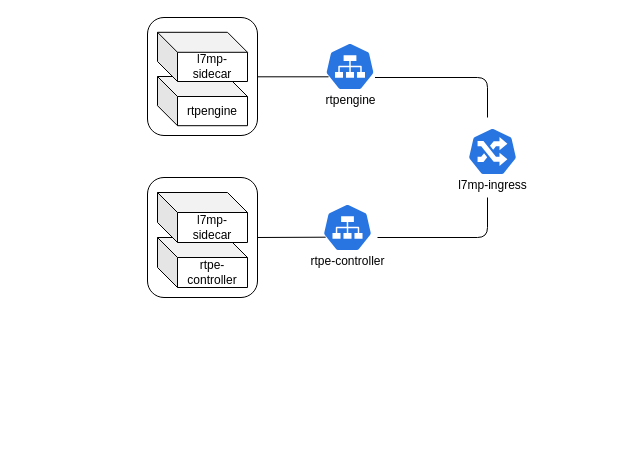
Before: page "l7mp-sep" (3 of 3) of images/figures.drawio in l7mp/l7mp-media-plane-controller, a draw.io diagram. Source tidied: cells renumbered, new cells numbered last; positions are measured from the earlier drawing's top-left corner, leaving out a move shared by most shapes. Both pictures are drawn from the tidied source at 100%, with x=0, y=0 at pixel (147, 17).
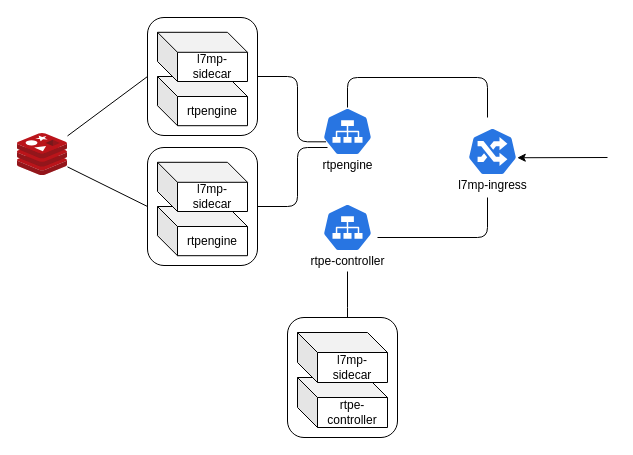
The same page after the edit.

Unchanged cells that the change refers to:
```xml
<mxCell id="3" style="rounded=1;whiteSpace=wrap;html=1;" parent="2" vertex="1">
  <mxGeometry width="110" height="118" as="geometry" />
</mxCell>
<mxCell id="7" style="html=1;dashed=0;whitespace=wrap;fillColor=#2875E2;strokeColor=#ffffff;points=[[0.005,0.63,0],[0.1,0.2,0],[0.9,0.2,0],[0.5,0,0],[0.995,0.63,0],[0.72,0.99,0],[0.5,1,0],[0.28,0.99,0]];shape=mxgraph.kubernetes.icon;prIcon=svc;" parent="6" vertex="1">
  <mxGeometry x="10" width="50" height="48" as="geometry" />
</mxCell>
<mxCell id="10" style="html=1;dashed=0;whitespace=wrap;fillColor=#2875E2;strokeColor=#ffffff;points=[[0.005,0.63,0],[0.1,0.2,0],[0.9,0.2,0],[0.5,0,0],[0.995,0.63,0],[0.72,0.99,0],[0.5,1,0],[0.28,0.99,0]];shape=mxgraph.kubernetes.icon;prIcon=ing;" parent="9" vertex="1">
  <mxGeometry x="15" width="50" height="48" as="geometry" />
</mxCell>
<mxCell id="13" style="rounded=1;whiteSpace=wrap;html=1;" parent="12" vertex="1">
  <mxGeometry width="110" height="120" as="geometry" />
</mxCell>
<mxCell id="18" style="html=1;dashed=0;whitespace=wrap;fillColor=#2875E2;strokeColor=#ffffff;points=[[0.005,0.63,0],[0.1,0.2,0],[0.9,0.2,0],[0.5,0,0],[0.995,0.63,0],[0.72,0.99,0],[0.5,1,0],[0.28,0.99,0]];shape=mxgraph.kubernetes.icon;prIcon=svc;" parent="17" vertex="1">
  <mxGeometry x="15" width="50" height="48" as="geometry" />
</mxCell>
<mxCell id="19" value="rtpe-controller" style="text;html=1;align=center;verticalAlign=middle;points=[];" parent="17" vertex="1">
  <mxGeometry x="-5" y="48" width="90" height="20" as="geometry" />
</mxCell>
```

Change to the diagram source:
```diff
@@
     <mxCell id="6" style="group;" parent="1" vertex="1">
-      <mxGeometry x="167.5" y="25" width="70" height="68" as="geometry" />
+      <mxGeometry x="165" y="90" width="70" height="68" as="geometry" />
     </mxCell>
@@
     <mxCell id="12" style="group;" parent="1" vertex="1">
-      <mxGeometry y="160" width="110" height="120" as="geometry" />
+      <mxGeometry x="140" y="300" width="110" height="120" as="geometry" />
     </mxCell>
@@
     <mxCell id="16" style="endArrow=none;html=1;exitX=1;exitY=0.5;exitDx=0;exitDy=0;edgeStyle=orthogonalEdgeStyle;entryX=0.071;entryY=0.715;entryDx=0;entryDy=0;entryPerimeter=0;" parent="1" edge="1" source="3" target="7">
       <mxGeometry relative="1" as="geometry">
         <Array as="points">
-          <mxPoint x="181" y="59" />
+          <mxPoint x="150" y="59" />
+          <mxPoint x="150" y="124" />
         </Array>
       </mxGeometry>
     </mxCell>
@@
-    <mxCell id="20" style="endArrow=none;html=1;exitX=1;exitY=0.5;exitDx=0;exitDy=0;entryX=0.064;entryY=0.702;entryDx=0;entryDy=0;entryPerimeter=0;" parent="1" edge="1" source="13" target="18">
-      <mxGeometry relative="1" as="geometry" />
-    </mxCell>
@@
+    <mxCell id="23" style="edgeStyle=orthogonalEdgeStyle;rounded=0;jettySize=auto;html=1;endArrow=none;endFill=0;" parent="1" edge="1" source="13" target="19">
+      <mxGeometry relative="1" as="geometry">
+        <Array as="points">
+          <mxPoint x="200" y="290" />
+          <mxPoint x="200" y="290" />
+        </Array>
+      </mxGeometry>
+    </mxCell>
+    <mxCell id="24" style="group;" parent="1" vertex="1">
+      <mxGeometry y="130" width="110" height="118" as="geometry" />
+    </mxCell>
+    <mxCell id="25" style="rounded=1;whiteSpace=wrap;html=1;" parent="24" vertex="1">
+      <mxGeometry width="110" height="118" as="geometry" />
+    </mxCell>
+    <mxCell id="26" value="rtpengine" style="shape=cube;whiteSpace=wrap;html=1;boundedLbl=1;backgroundOutline=1;darkOpacity=0.05;darkOpacity2=0.1;" parent="24" vertex="1">
+      <mxGeometry x="10" y="59" width="90" height="49.2" as="geometry" />
+    </mxCell>
+    <mxCell id="27" value="l7mp-sidecar" style="shape=cube;whiteSpace=wrap;html=1;boundedLbl=1;backgroundOutline=1;darkOpacity=0.05;darkOpacity2=0.1;" parent="24" vertex="1">
+      <mxGeometry x="10" y="14.8" width="90" height="49.2" as="geometry" />
+    </mxCell>
+    <mxCell id="28" style="endArrow=none;html=1;exitX=1;exitY=0.5;exitDx=0;exitDy=0;edgeStyle=orthogonalEdgeStyle;" parent="1" edge="1" source="25">
+      <mxGeometry relative="1" as="geometry">
+        <mxPoint x="180" y="130" as="targetPoint" />
+        <Array as="points">
+          <mxPoint x="150" y="189" />
+          <mxPoint x="150" y="130" />
+        </Array>
+      </mxGeometry>
+    </mxCell>
+    <mxCell id="29" style="html=1;points=[];align=center;image;fontSize=12;image=img/lib/mscae/Cache_Redis_Product.svg;" parent="1" vertex="1">
+      <mxGeometry x="-130" y="116" width="50" height="42" as="geometry" />
+    </mxCell>
+    <mxCell id="30" style="endArrow=none;html=1;entryX=0;entryY=0.5;entryDx=0;entryDy=0;" parent="1" edge="1" source="29" target="3">
+      <mxGeometry relative="1" as="geometry" />
+    </mxCell>
+    <mxCell id="31" style="endArrow=none;html=1;entryX=0;entryY=0.5;entryDx=0;entryDy=0;" parent="1" edge="1" source="29" target="25">
+      <mxGeometry relative="1" as="geometry" />
+    </mxCell>
+    <mxCell id="32" style="endArrow=none;html=1;exitX=0.995;exitY=0.63;exitDx=0;exitDy=0;exitPerimeter=0;endFill=0;startSize=6;startArrow=classic;startFill=1;" parent="1" edge="1" source="10">
+      <mxGeometry relative="1" as="geometry">
+        <mxPoint x="460" y="140" as="targetPoint" />
+      </mxGeometry>
+    </mxCell>
```
